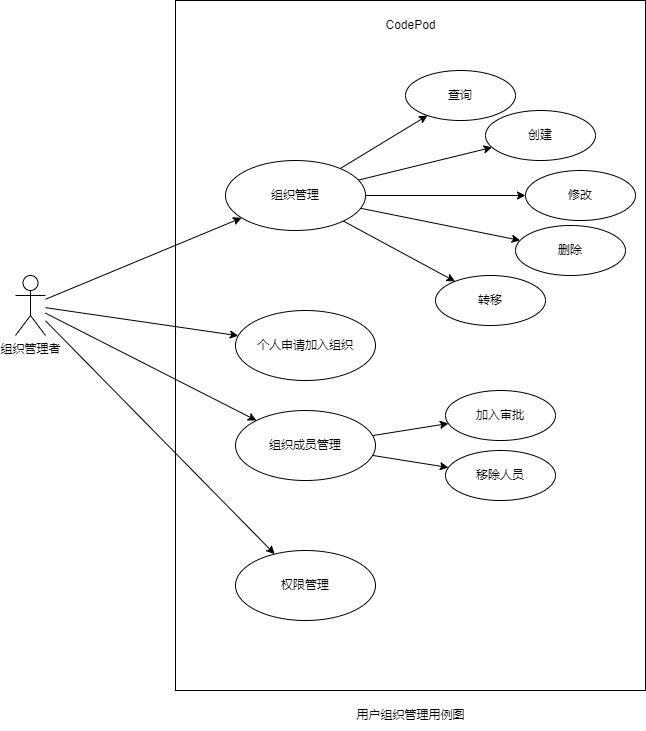
The draw.io diagram business/_media/use_case/用户组织管理.png in codepodspace/docs, before a commit. Source tidied: cells renumbered, new cells last; positions are measured from the earlier drawing's top-left corner, leaving out a move shared by most shapes.
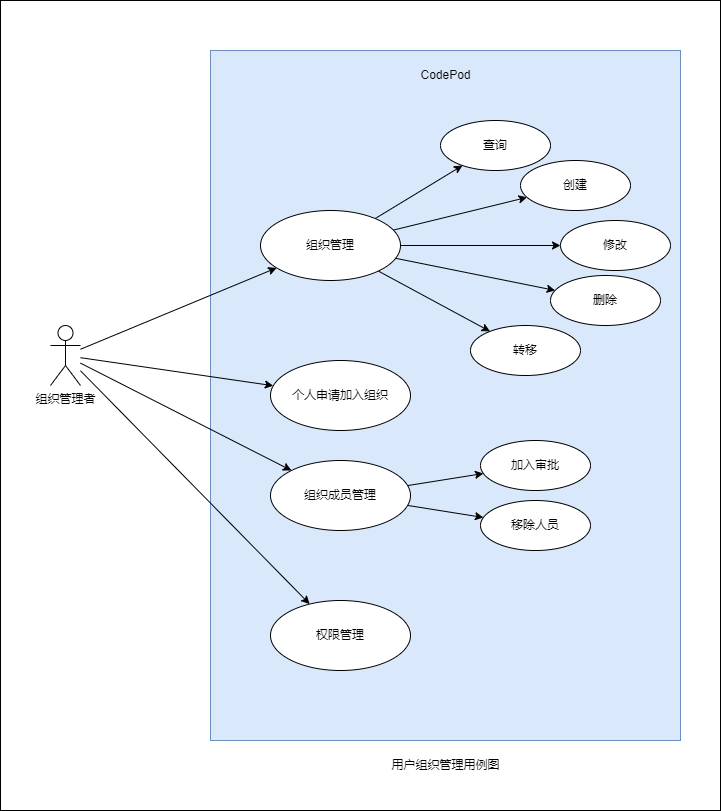
Later version of the same file.

Change to the diagram source:
```diff
@@ -1,8 +1,11 @@
-<mxGraphModel>
+<mxGraphModel background="#FFF2CC">
   <root>
     <mxCell id="0" />
     <mxCell id="1" parent="0" />
+    <mxCell id="28" style="rounded=0;whiteSpace=wrap;html=1;" parent="1" vertex="1">
+      <mxGeometry x="-50" y="-50" width="720" height="810" as="geometry" />
+    </mxCell>
-    <mxCell id="2" style="rounded=0;whiteSpace=wrap;html=1;" parent="1" vertex="1">
+    <mxCell id="2" style="rounded=0;whiteSpace=wrap;html=1;fillColor=#dae8fc;strokeColor=#6c8ebf;" parent="1" vertex="1">
       <mxGeometry x="160" width="470" height="690" as="geometry" />
     </mxCell>
     <mxCell id="3" style="edgeStyle=none;html=1;" parent="1" edge="1" source="5" target="19">
```
